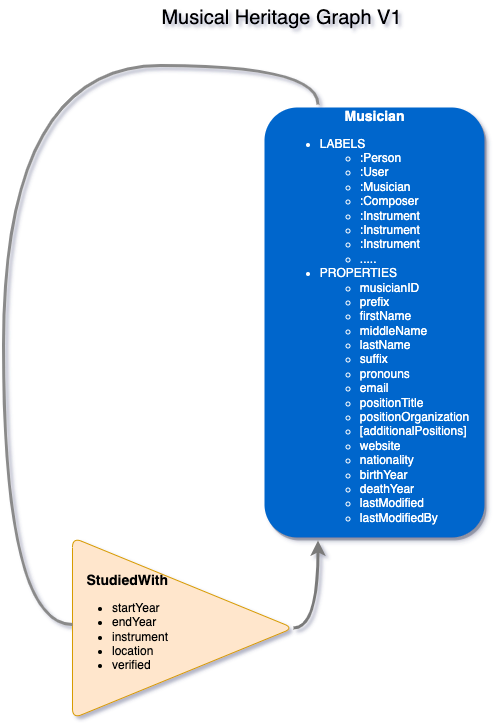
Before: README.assets/Musical Heritage Model-V1.png, a diagram exported from draw.io (greyshore/MusicTree.Me). Source tidied: cells renumbered, new cells last; positions are measured from the earlier drawing's top-left corner, leaving out a move shared by most shapes.
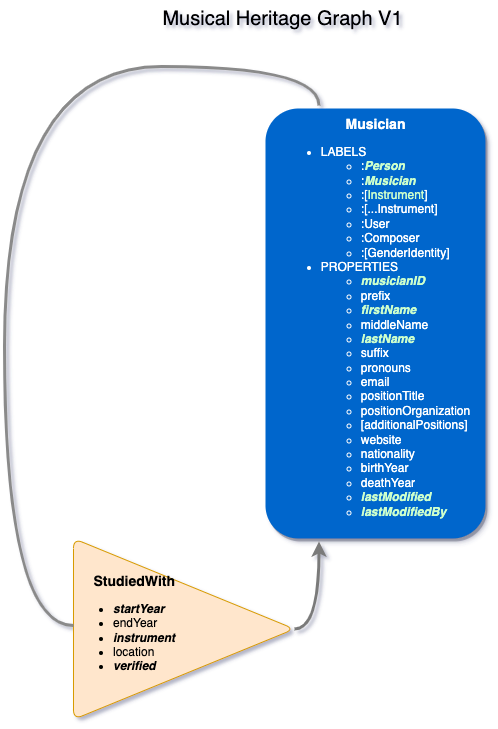
Later version of the same file.

The edit, as a diff of the source:
```diff
@@ -2,13 +2,13 @@
   <root>
     <mxCell id="0" />
     <mxCell id="1" parent="0" />
-    <mxCell id="2" value="&lt;b&gt;&lt;font style=&quot;font-size: 14px&quot;&gt;Musician&lt;/font&gt;&lt;/b&gt;&lt;br&gt;&lt;ul&gt;&lt;li style=&quot;text-align: left&quot;&gt;LABELS&lt;/li&gt;&lt;ul&gt;&lt;li style=&quot;text-align: left&quot;&gt;:Person&lt;/li&gt;&lt;li style=&quot;text-align: left&quot;&gt;:User&lt;/li&gt;&lt;li style=&quot;text-align: left&quot;&gt;:Musician&lt;/li&gt;&lt;li style=&quot;text-align: left&quot;&gt;:Composer&lt;/li&gt;&lt;li style=&quot;text-align: left&quot;&gt;:Instrument&lt;/li&gt;&lt;li style=&quot;text-align: left&quot;&gt;:Instrument&lt;/li&gt;&lt;li style=&quot;text-align: left&quot;&gt;:Instrument&lt;/li&gt;&lt;li style=&quot;text-align: left&quot;&gt;.....&lt;/li&gt;&lt;/ul&gt;&lt;li style=&quot;text-align: left&quot;&gt;PROPERTIES&lt;/li&gt;&lt;ul&gt;&lt;li style=&quot;text-align: left&quot;&gt;musicianID&lt;/li&gt;&lt;li style=&quot;text-align: left&quot;&gt;prefix&lt;/li&gt;&lt;li style=&quot;text-align: left&quot;&gt;firstName&lt;/li&gt;&lt;li style=&quot;text-align: left&quot;&gt;middleName&lt;/li&gt;&lt;li style=&quot;text-align: left&quot;&gt;lastName&lt;/li&gt;&lt;li style=&quot;text-align: left&quot;&gt;suffix&lt;/li&gt;&lt;li style=&quot;text-align: left&quot;&gt;pronouns&lt;/li&gt;&lt;li style=&quot;text-align: left&quot;&gt;email&lt;/li&gt;&lt;li style=&quot;text-align: left&quot;&gt;positionTitle&lt;/li&gt;&lt;li style=&quot;text-align: left&quot;&gt;positionOrganization&lt;/li&gt;&lt;li style=&quot;text-align: left&quot;&gt;[additionalPositions]&lt;/li&gt;&lt;li style=&quot;text-align: left&quot;&gt;website&lt;/li&gt;&lt;li style=&quot;text-align: left&quot;&gt;nationality&lt;/li&gt;&lt;li style=&quot;text-align: left&quot;&gt;birthYear&lt;/li&gt;&lt;li style=&quot;text-align: left&quot;&gt;deathYear&lt;/li&gt;&lt;li style=&quot;text-align: left&quot;&gt;lastModified&lt;/li&gt;&lt;li style=&quot;text-align: left&quot;&gt;lastModifiedBy&lt;/li&gt;&lt;/ul&gt;&lt;/ul&gt;" style="rounded=1;fillColor=#0066CC;strokeColor=none;strokeWidth=3;shadow=1;html=1;fontColor=#FFFFFF;perimeterSpacing=3;" parent="1" vertex="1">
+    <mxCell id="2" value="&lt;b&gt;&lt;font style=&quot;font-size: 14px&quot;&gt;Musician&lt;/font&gt;&lt;/b&gt;&lt;br&gt;&lt;ul&gt;&lt;li style=&quot;text-align: left&quot;&gt;LABELS&lt;/li&gt;&lt;ul&gt;&lt;li style=&quot;text-align: left&quot;&gt;:&lt;b&gt;&lt;i&gt;&lt;font color=&quot;#ccffcc&quot;&gt;Person&lt;/font&gt;&lt;/i&gt;&lt;/b&gt;&lt;/li&gt;&lt;li style=&quot;text-align: left&quot;&gt;:&lt;b&gt;&lt;i&gt;&lt;font color=&quot;#ccffcc&quot;&gt;Musician&lt;/font&gt;&lt;/i&gt;&lt;/b&gt;&lt;/li&gt;&lt;li style=&quot;text-align: left;&quot;&gt;:[&lt;font color=&quot;#ccffcc&quot;&gt;Instrument&lt;/font&gt;]&lt;/li&gt;&lt;li style=&quot;text-align: left;&quot;&gt;:[...Instrument]&lt;/li&gt;&lt;li style=&quot;text-align: left&quot;&gt;:User&lt;/li&gt;&lt;li style=&quot;text-align: left&quot;&gt;:Composer&lt;/li&gt;&lt;li style=&quot;text-align: left&quot;&gt;:[GenderIdentity]&lt;/li&gt;&lt;/ul&gt;&lt;li style=&quot;text-align: left&quot;&gt;PROPERTIES&lt;/li&gt;&lt;ul&gt;&lt;li style=&quot;text-align: left&quot;&gt;&lt;b&gt;&lt;i&gt;&lt;font color=&quot;#ccffcc&quot;&gt;musicianID&lt;/font&gt;&lt;/i&gt;&lt;/b&gt;&lt;/li&gt;&lt;li style=&quot;text-align: left&quot;&gt;prefix&lt;/li&gt;&lt;li style=&quot;text-align: left&quot;&gt;&lt;b&gt;&lt;i&gt;&lt;font color=&quot;#ccffcc&quot;&gt;firstName&lt;/font&gt;&lt;/i&gt;&lt;/b&gt;&lt;/li&gt;&lt;li style=&quot;text-align: left&quot;&gt;middleName&lt;/li&gt;&lt;li style=&quot;text-align: left&quot;&gt;&lt;b&gt;&lt;i&gt;&lt;font color=&quot;#ccffcc&quot;&gt;lastName&lt;/font&gt;&lt;/i&gt;&lt;/b&gt;&lt;/li&gt;&lt;li style=&quot;text-align: left&quot;&gt;suffix&lt;/li&gt;&lt;li style=&quot;text-align: left&quot;&gt;pronouns&lt;/li&gt;&lt;li style=&quot;text-align: left&quot;&gt;email&lt;/li&gt;&lt;li style=&quot;text-align: left&quot;&gt;positionTitle&lt;/li&gt;&lt;li style=&quot;text-align: left&quot;&gt;positionOrganization&lt;/li&gt;&lt;li style=&quot;text-align: left&quot;&gt;[additionalPositions]&lt;/li&gt;&lt;li style=&quot;text-align: left&quot;&gt;website&lt;/li&gt;&lt;li style=&quot;text-align: left&quot;&gt;nationality&lt;/li&gt;&lt;li style=&quot;text-align: left&quot;&gt;birthYear&lt;/li&gt;&lt;li style=&quot;text-align: left&quot;&gt;deathYear&lt;/li&gt;&lt;li style=&quot;text-align: left&quot;&gt;&lt;b&gt;&lt;i&gt;&lt;font color=&quot;#ccffcc&quot;&gt;lastModified&lt;/font&gt;&lt;/i&gt;&lt;/b&gt;&lt;/li&gt;&lt;li style=&quot;text-align: left&quot;&gt;&lt;b&gt;&lt;i&gt;&lt;font color=&quot;#ccffcc&quot;&gt;lastModifiedBy&lt;/font&gt;&lt;/i&gt;&lt;/b&gt;&lt;/li&gt;&lt;/ul&gt;&lt;/ul&gt;" style="rounded=1;fillColor=#0066CC;strokeColor=none;strokeWidth=3;shadow=1;html=1;fontColor=#FFFFFF;perimeterSpacing=3;" parent="1" vertex="1">
       <mxGeometry x="261" y="105" width="220" height="430" as="geometry" />
     </mxCell>
     <mxCell id="3" style="edgeStyle=orthogonalEdgeStyle;rounded=0;jettySize=auto;html=1;exitX=1;exitY=0.5;exitDx=0;exitDy=0;entryX=0.25;entryY=1;entryDx=0;entryDy=0;curved=1;strokeColor=#7A7A7A;strokeWidth=3;" parent="1" edge="1" source="4" target="2">
       <mxGeometry relative="1" as="geometry" />
     </mxCell>
-    <mxCell id="4" value="&lt;div style=&quot;text-align: right&quot;&gt;&lt;b style=&quot;font-size: 14px&quot;&gt;&amp;nbsp; StudiedWith&lt;/b&gt;&lt;/div&gt;&lt;ul&gt;&lt;li&gt;&lt;span&gt;startYear&lt;/span&gt;&lt;/li&gt;&lt;li&gt;&lt;span&gt;endYear&lt;/span&gt;&lt;/li&gt;&lt;li&gt;&lt;span&gt;instrument&lt;/span&gt;&lt;/li&gt;&lt;li&gt;&lt;span&gt;location&lt;/span&gt;&lt;/li&gt;&lt;li&gt;verified&lt;/li&gt;&lt;/ul&gt;" style="triangle;whiteSpace=wrap;html=1;align=left;fillColor=#ffe6cc;strokeColor=#d79b00;rounded=1;spacing=0;" parent="1" vertex="1">
+    <mxCell id="4" value="&lt;div style=&quot;text-align: right&quot;&gt;&lt;b style=&quot;font-size: 14px&quot;&gt;&amp;nbsp; StudiedWith&lt;/b&gt;&lt;/div&gt;&lt;ul&gt;&lt;li&gt;&lt;span&gt;&lt;b&gt;&lt;i&gt;startYear&lt;/i&gt;&lt;/b&gt;&lt;/span&gt;&lt;/li&gt;&lt;li&gt;&lt;span&gt;endYear&lt;/span&gt;&lt;/li&gt;&lt;li&gt;&lt;span&gt;&lt;b&gt;&lt;i&gt;instrument&lt;/i&gt;&lt;/b&gt;&lt;/span&gt;&lt;/li&gt;&lt;li&gt;&lt;span&gt;location&lt;/span&gt;&lt;/li&gt;&lt;li&gt;&lt;b&gt;&lt;i&gt;verified&lt;/i&gt;&lt;/b&gt;&lt;/li&gt;&lt;/ul&gt;" style="triangle;whiteSpace=wrap;html=1;align=left;fillColor=#ffe6cc;strokeColor=#d79b00;rounded=1;spacing=0;" parent="1" vertex="1">
       <mxGeometry x="69" y="535" width="221" height="181" as="geometry" />
     </mxCell>
     <mxCell id="5" style="edgeStyle=orthogonalEdgeStyle;rounded=1;jettySize=auto;html=1;endArrow=none;curved=1;strokeWidth=3;strokeColor=#8A8A8A;exitX=0.25;exitY=0;exitDx=0;exitDy=0;" parent="1" edge="1" source="2" target="4">
```
